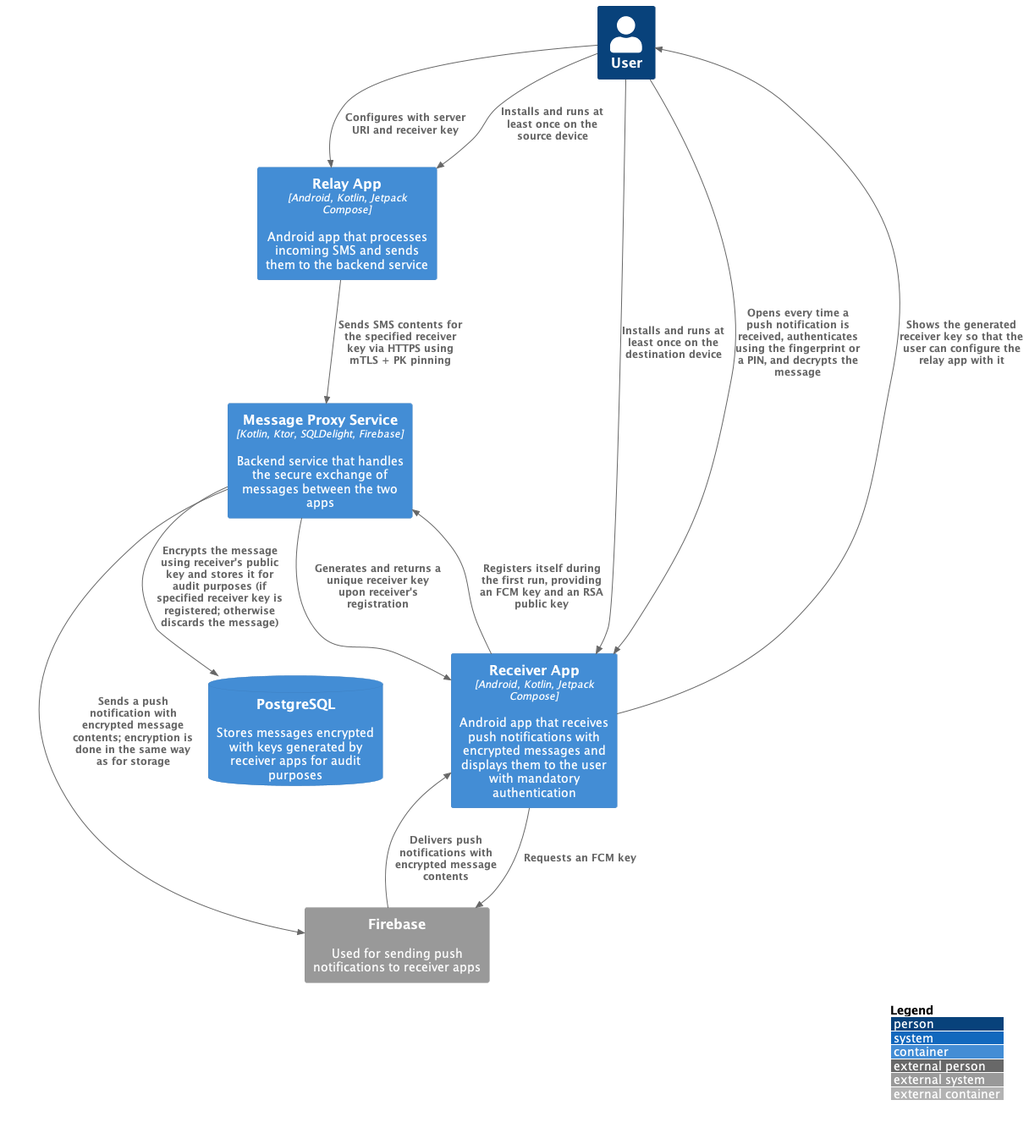
The PlantUML diagram docs/c4-container.png in mrnateriver/sms-proxy, before a commit. Its diagram source:
```plantuml
@startuml C4 Container
!include <C4/C4_Container>
LAYOUT_WITH_LEGEND()

Person(person, "User")

Container(relayApp, "Relay App", "Android, Kotlin, Jetpack Compose", "Android app that processes incoming SMS and sends them to the backend service")
Container(receiverApp, "Receiver App", "Android, Kotlin, Jetpack Compose", "Android app that receives push notifications with encrypted messages and displays them to the user with mandatory authentication")

Container(proxyService, "Message Proxy Service", "Kotlin, Ktor, SQLDelight, Firebase", "Backend service that handles the secure exchange of messages between the two apps")
ContainerDb(proxyServiceDb, "PostgreSQL", "", "Stores messages encrypted with keys generated by receiver apps for audit purposes")

System_Ext(firebase, "Firebase", "Used for sending push notifications to receiver apps")

Rel(person, relayApp, "Configures with server URI and receiver key")
Rel(person, relayApp, "Installs and runs at least once on the source device")

Rel(relayApp, proxyService, "Sends SMS contents for the specified receiver key via HTTPS using mTLS + PK pinning")
Rel(proxyService, proxyServiceDb, "Encrypts the message using receiver's public key and stores it for audit purposes (if specified receiver key is registered; otherwise discards the message)")
Rel(proxyService, firebase, "Sends a push notification with encrypted message contents; encryption is done in the same way as for storage")

Rel(firebase, receiverApp, "Delivers push notifications with encrypted message contents")
Rel(receiverApp, firebase, "Requests an FCM key")

Rel(receiverApp, proxyService, "Registers itself during the first run, providing an FCM key and an RSA public key")
Rel(proxyService, receiverApp, "Generates and returns a unique receiver key upon receiver's registration")

Rel(receiverApp, person, "Shows the generated receiver key so that the user can configure the relay app with it")

Rel(person, receiverApp, "Installs and runs at least once on the destination device")
Rel(person, receiverApp, "Opens every time a push notification is received, authenticates using the fingerprint or a PIN, and decrypts the message")

@enduml
```
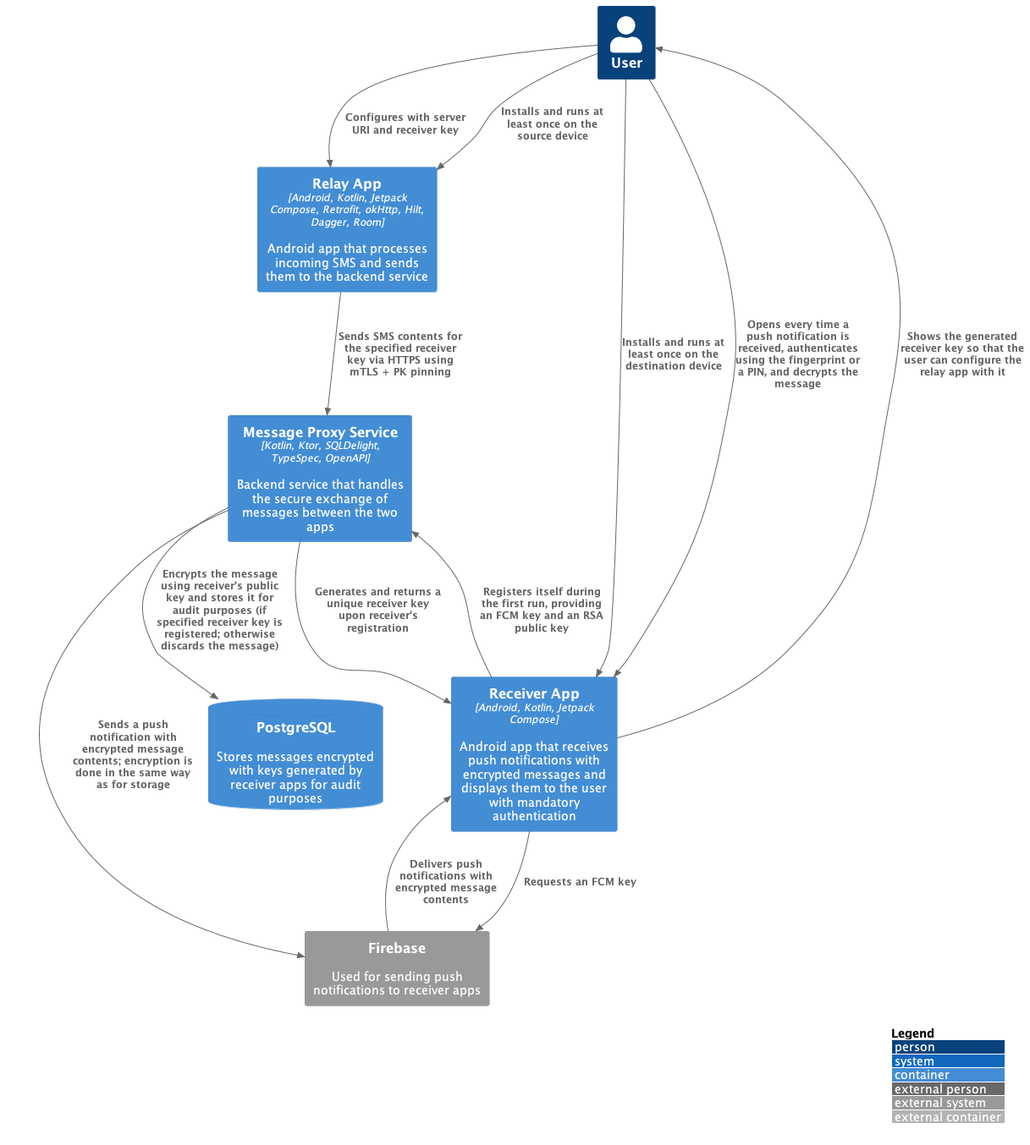
After the change.

Commit message:
docs: update tech in C4 container diagram

What changed in the source:
```diff
@@ -4,10 +4,10 @@
 
 Person(person, "User")
 
-Container(relayApp, "Relay App", "Android, Kotlin, Jetpack Compose", "Android app that processes incoming SMS and sends them to the backend service")
+Container(relayApp, "Relay App", "Android, Kotlin, Jetpack Compose, Retrofit, okHttp, Hilt, Dagger, Room", "Android app that processes incoming SMS and sends them to the backend service")
 Container(receiverApp, "Receiver App", "Android, Kotlin, Jetpack Compose", "Android app that receives push notifications with encrypted messages and displays them to the user with mandatory authentication")
 
-Container(proxyService, "Message Proxy Service", "Kotlin, Ktor, SQLDelight, Firebase", "Backend service that handles the secure exchange of messages between the two apps")
+Container(proxyService, "Message Proxy Service", "Kotlin, Ktor, SQLDelight, TypeSpec, OpenAPI", "Backend service that handles the secure exchange of messages between the two apps")
 ContainerDb(proxyServiceDb, "PostgreSQL", "", "Stores messages encrypted with keys generated by receiver apps for audit purposes")
 
 System_Ext(firebase, "Firebase", "Used for sending push notifications to receiver apps")
```
